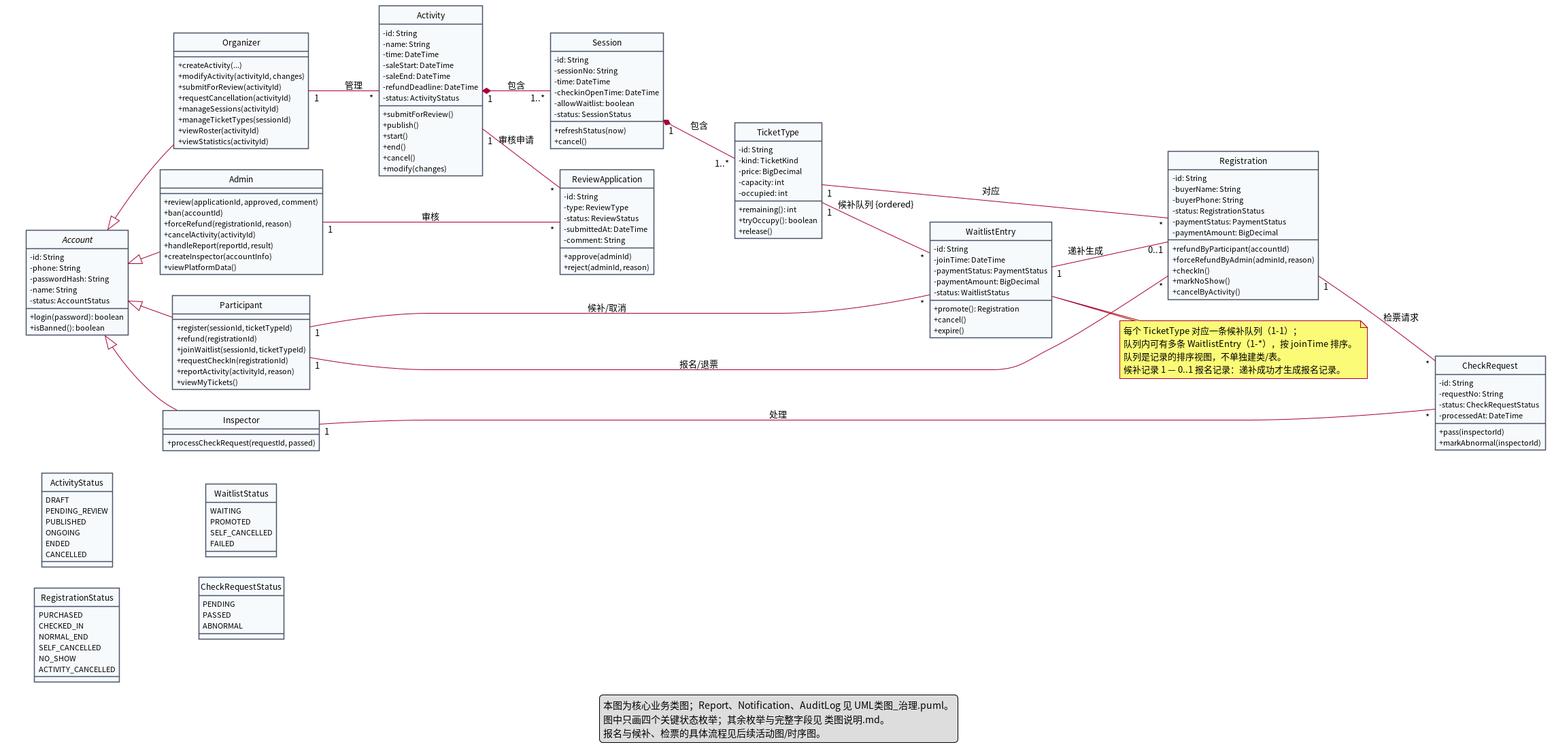
Above: lab2/UML/UML类图.png in Lewis-44-China/se-lab1-requirements (PlantUML), before the change.
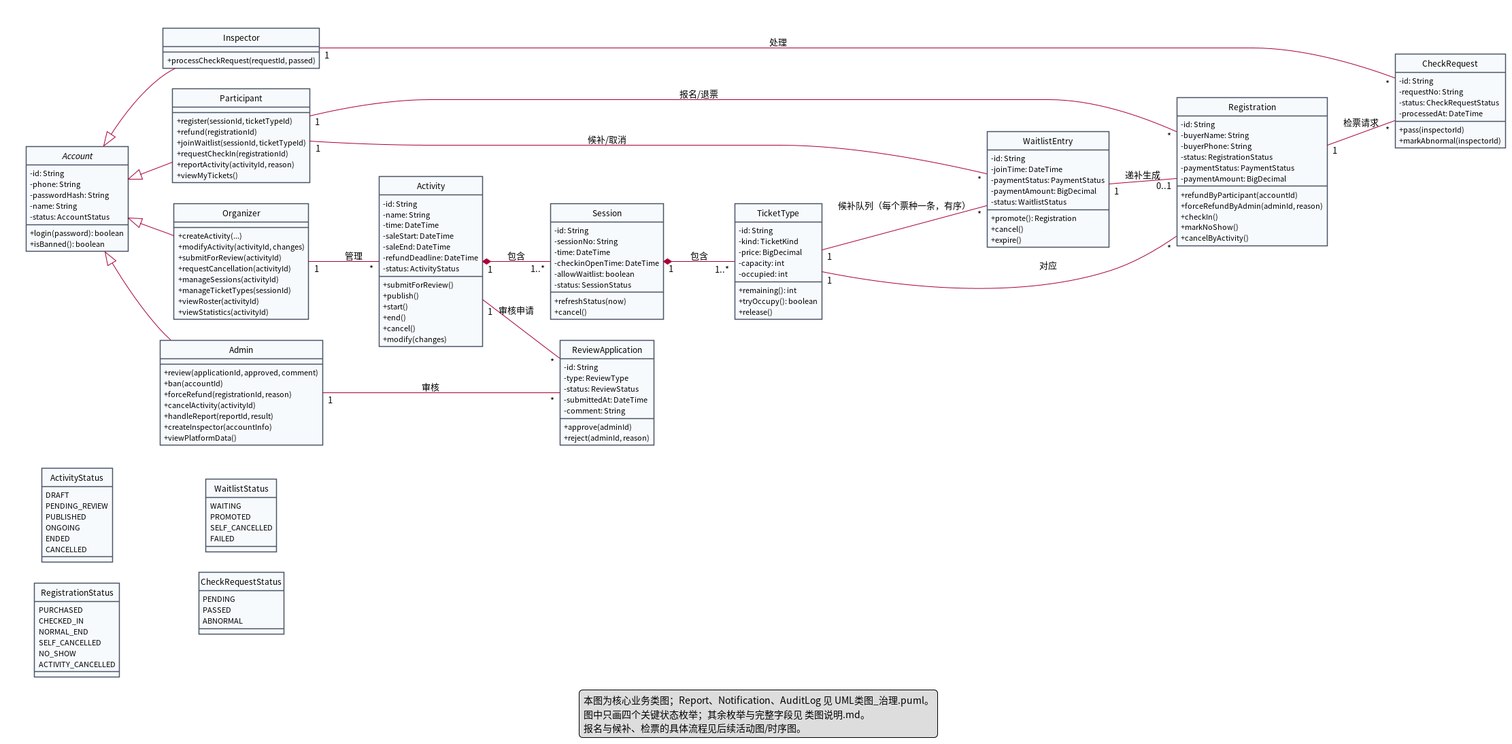
The same diagram one commit later.

The edit, as a diff of the source:
```diff
@@ -171,17 +171,10 @@
 Participant "1" -- "*" Registration : 报名/退票
 TicketType "1" -- "*" Registration : 对应
 Participant "1" -- "*" WaitlistEntry : 候补/取消
-TicketType "1" -- "*" WaitlistEntry : 候补队列 {ordered}
+TicketType "1" -- "*" WaitlistEntry : 候补队列（每个票种一条，有序）
 WaitlistEntry "1" -- "0..1" Registration : 递补生成
 Registration "1" -- "*" CheckRequest : 检票请求
 Inspector "1" -- "*" CheckRequest : 处理
-
-note right of WaitlistEntry
-  每个 TicketType 对应一条候补队列（1-1）；
-  队列内可有多条 WaitlistEntry（1-*），按 joinTime 排序。
-  队列是记录的排序视图，不单独建类/表。
-  候补记录 1 — 0..1 报名记录：递补成功才生成报名记录。
-end note
 
 legend bottom
   本图为核心业务类图；Report、Notification、AuditLog 见 UML类图_治理.puml。
```
